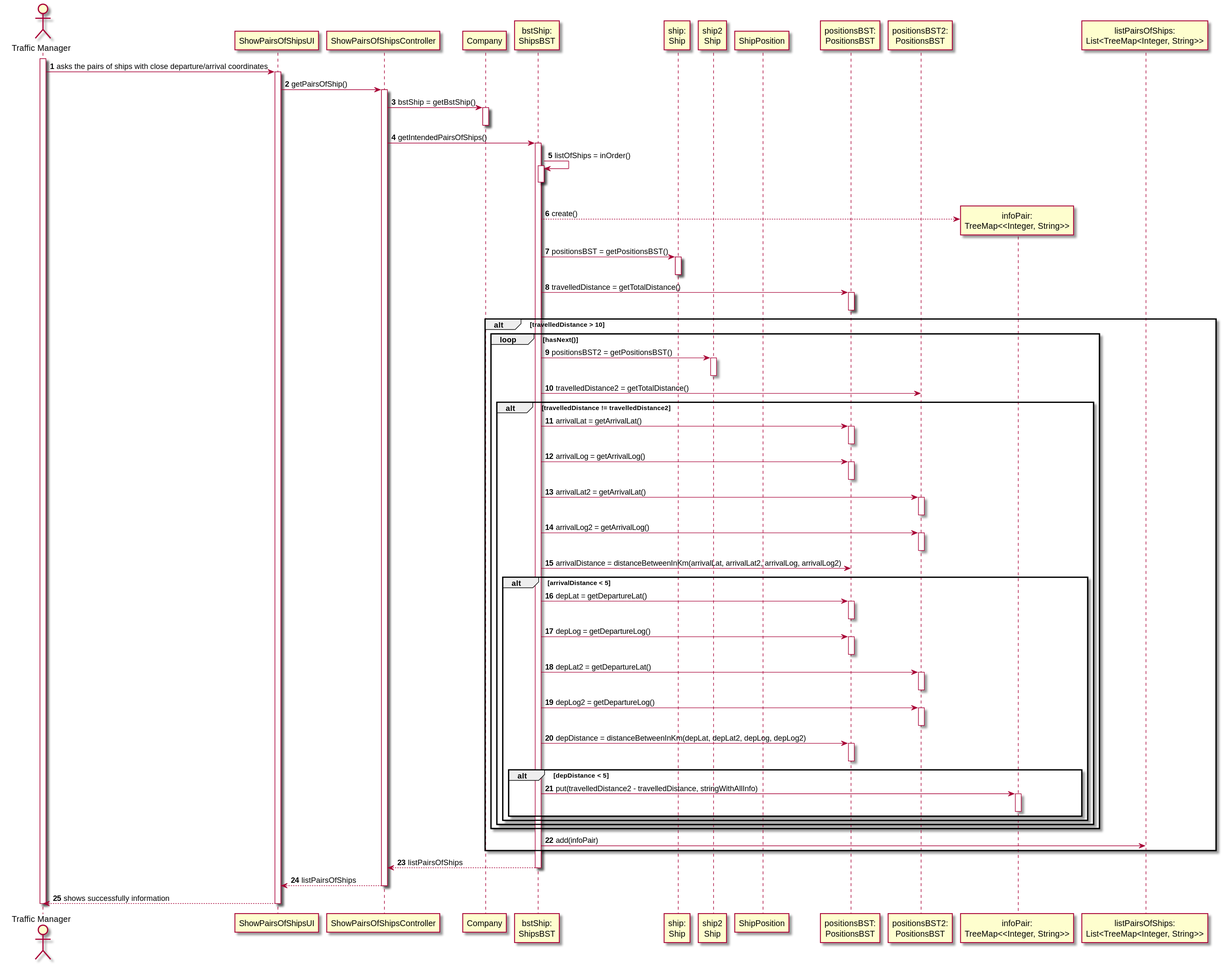
ana-albergaria/LAPR3-ISEP keeps this PlantUML diagram as docs/US107/US107_SD.svg. Above is the earlier version.
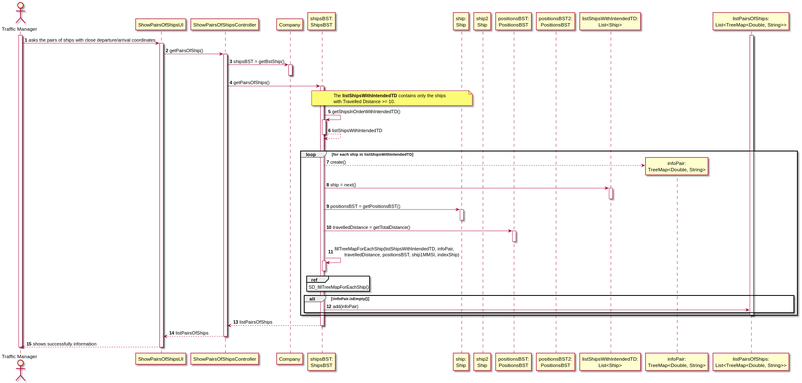
After the commit.

Change to the diagram source:
```diff
@@ -7,14 +7,14 @@
 participant "ShowPairsOfShipsUI" as UI
 participant "ShowPairsOfShipsController" as CTRL
 participant "Company" as COMP
-participant "bstShip:\nShipsBST" as BstShip
+participant "shipsBST:\nShipsBST" as BstShip
 participant "ship:\nShip" as S
 participant "ship2\nShip" as S2
-participant "ShipPosition" as SP
 participant "positionsBST:\nPositionsBST" as BstPosition
 participant "positionsBST2:\nPositionsBST" as BstPosition2
-participant "infoPair:\nTreeMap<<Integer, String>>" as TREEMAP
-participant "listPairsOfShips:\nList<TreeMap<Integer, String>>" as LIST
+participant "listShipsWithIntendedTD:\nList<Ship>" as ITERATOR
+participant "infoPair:\nTreeMap<Double, String>" as TREEMAP
+participant "listPairsOfShips:\nList<TreeMap<Double, String>>" as LIST
 
 
 activate TM
@@ -22,67 +22,43 @@
 activate "UI"
 UI -> CTRL : getPairsOfShip()
 activate CTRL
-CTRL -> COMP : bstShip = getBstShip()
+CTRL -> COMP : shipsBST = getBstShip()
 activate COMP
 deactivate COMP
-CTRL -> BstShip : getIntendedPairsOfShips()
+CTRL -> BstShip : getPairsOfShips()
 activate BstShip
-BstShip -> BstShip : listOfShips = inOrder()
+note over BstShip, S
+The **listShipsWithIntendedTD** contains only the ships
+with Travelled Distance >= 10.
+end note
+BstShip -> BstShip : getShipsInOrderWithIntendedTD()
 activate BstShip
+BstShip --> BstShip : listShipsWithIntendedTD
 deactivate BstShip
-loop for each Ship in ListOfShips
+|||
+loop for each ship in listShipsWithIntendedTD
 BstShip --> TREEMAP** : create()
+BstShip -> ITERATOR : ship = next()
+activate ITERATOR
+deactivate ITERATOR
 BstShip -> S : positionsBST = getPositionsBST()
 activate S
 deactivate S
 BstShip -> BstPosition : travelledDistance = getTotalDistance()
 activate BstPosition
 deactivate BstPosition
-alt travelledDistance > 10
-loop hasNext()
-BstShip -> S2 : positionsBST2 = getPositionsBST()
-activate S2
-deactivate S2
-BstShip -> BstPosition2 : travelledDistance2 = getTotalDistance()
-alt travelledDistance != travelledDistance2
-BstShip -> BstPosition : arrivalLat = getArrivalLat()
-activate BstPosition
-deactivate BstPosition
-BstShip -> BstPosition : arrivalLog = getArrivalLog()
-activate BstPosition
-deactivate BstPosition
-BstShip -> BstPosition2 : arrivalLat2 = getArrivalLat()
-activate BstPosition2
-deactivate BstPosition2
-BstShip -> BstPosition2 : arrivalLog2 = getArrivalLog()
-activate BstPosition2
-deactivate BstPosition2
-BstShip -> BstPosition : arrivalDistance = distanceBetweenInKm(arrivalLat, arrivalLat2, arrivalLog, arrivalLog2)
-alt arrivalDistance < 5
-BstShip -> BstPosition : depLat = getDepartureLat()
-activate BstPosition
-deactivate BstPosition
-BstShip -> BstPosition : depLog = getDepartureLog()
-activate BstPosition
-deactivate BstPosition
-BstShip -> BstPosition2 : depLat2 = getDepartureLat()
-activate BstPosition2
-deactivate BstPosition2
-BstShip -> BstPosition2 : depLog2 = getDepartureLog()
-activate BstPosition2
-deactivate BstPosition2
-BstShip -> BstPosition : depDistance = distanceBetweenInKm(depLat, depLat2, depLog, depLog2)
-activate BstPosition
-deactivate BstPosition
-alt depDistance < 5
-BstShip -> TREEMAP : put(travelledDistance2 - travelledDistance, stringWithAllInfo)
-activate TREEMAP
-deactivate TREEMAP
+BstShip -> BstShip : fillTreeMapForEachShip(listShipsWithIntendedTD, infoPair, \n       travelledDistance, positionsBST, ship1MMSI, indexShip)
+ref over BstShip
+SD_fillTreeMapForEachShip()
 end
+activate BstShip
+deactivate BstShip
+
+alt !infoPair.isEmpty()
+BstShip -> LIST : add(infoPair)
 end
-end
-end
-BstShip -> LIST : add(infoPair)
+activate LIST
+deactivate LIST
 end
 
 BstShip --> CTRL : listPairsOfShips
```
